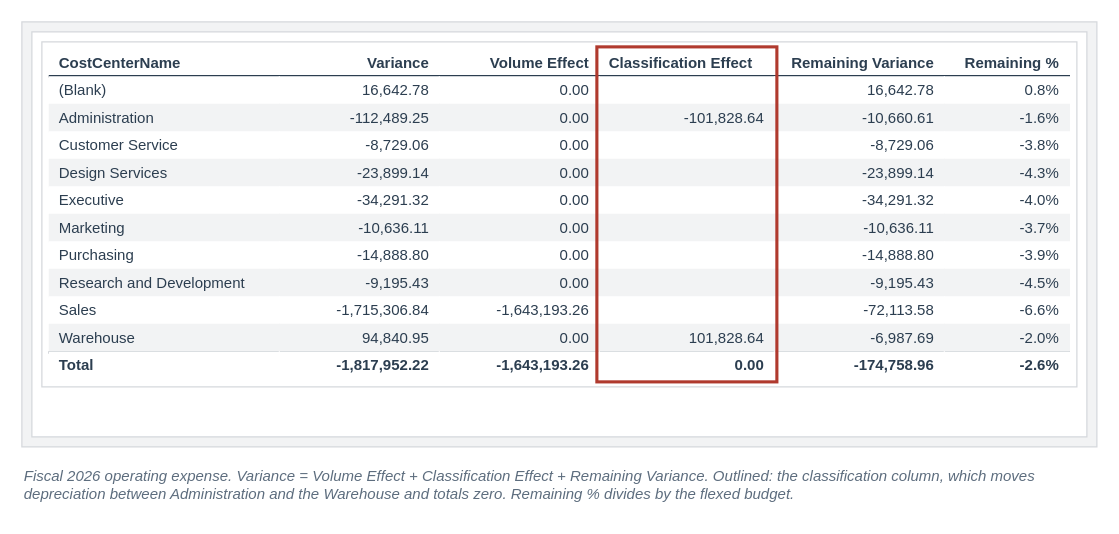
Above: visuals/src/fig-15-09-variance-reconciliation.drawio in mmcodesso/Accounting_Analytics_Book (draw.io), before the change. Source tidied: cells renumbered, new cells numbered last; positions are measured from the earlier drawing's top-left corner, leaving out a move shared by most shapes. Both pictures are drawn from the tidied source at 125%, with x=0, y=0 at pixel (21, 21).
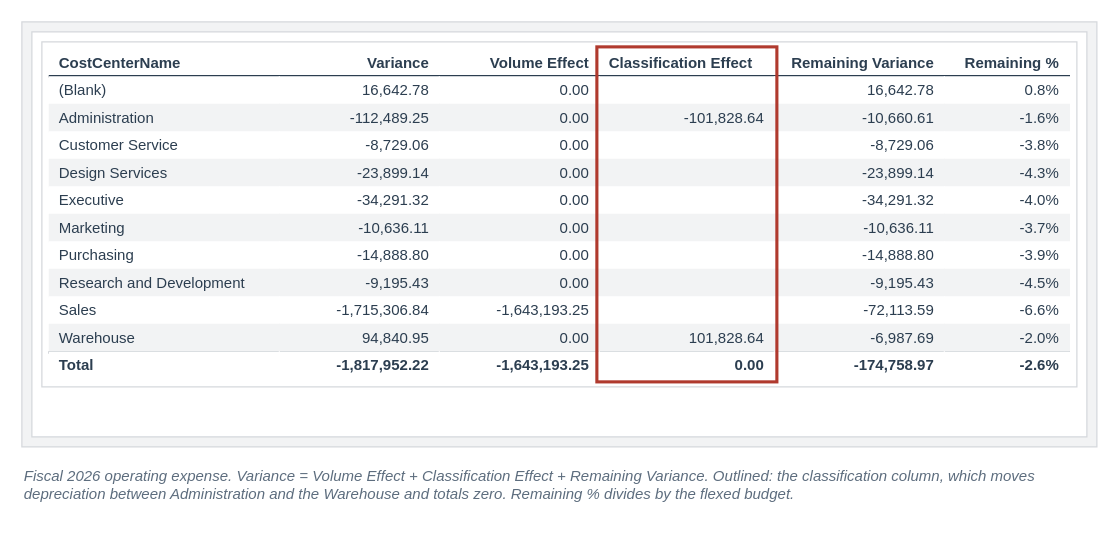
Above is the later version.

Change to the diagram source:
```diff
@@
-    <mxCell id="63" value="-1,643,193.26" style="rounded=0;arcSize=6;whiteSpace=wrap;html=1;fillColor=#FFFFFF;strokeColor=#FFFFFF;strokeWidth=1;fontColor=#2C3E50;fontSize=12;fontStyle=0;align=right;verticalAlign=middle;fontFamily=Helvetica;spacingLeft=6;spacingRight=6;" parent="1" vertex="1">
+    <mxCell id="63" value="-1,643,193.25" style="rounded=0;arcSize=6;whiteSpace=wrap;html=1;fillColor=#FFFFFF;strokeColor=#FFFFFF;strokeWidth=1;fontColor=#2C3E50;fontSize=12;fontStyle=0;align=right;verticalAlign=middle;fontFamily=Helvetica;spacingLeft=6;spacingRight=6;" parent="1" vertex="1">
       <mxGeometry x="334" y="220" width="128" height="22" as="geometry" />
     </mxCell>
@@
-    <mxCell id="65" value="-72,113.58" style="rounded=0;arcSize=6;whiteSpace=wrap;html=1;fillColor=#FFFFFF;strokeColor=#FFFFFF;strokeWidth=1;fontColor=#2C3E50;fontSize=12;fontStyle=0;align=right;verticalAlign=middle;fontFamily=Helvetica;spacingLeft=6;spacingRight=6;" parent="1" vertex="1">
+    <mxCell id="65" value="-72,113.59" style="rounded=0;arcSize=6;whiteSpace=wrap;html=1;fillColor=#FFFFFF;strokeColor=#FFFFFF;strokeWidth=1;fontColor=#2C3E50;fontSize=12;fontStyle=0;align=right;verticalAlign=middle;fontFamily=Helvetica;spacingLeft=6;spacingRight=6;" parent="1" vertex="1">
       <mxGeometry x="602" y="220" width="136" height="22" as="geometry" />
     </mxCell>
@@
-    <mxCell id="76" value="&lt;b&gt;-1,643,193.26&lt;/b&gt;" style="rounded=0;arcSize=6;whiteSpace=wrap;html=1;fillColor=#FFFFFF;strokeColor=#FFFFFF;strokeWidth=1;fontColor=#2C3E50;fontSize=12;fontStyle=0;align=right;verticalAlign=middle;fontFamily=Helvetica;spacingLeft=6;spacingRight=6;" parent="1" vertex="1">
+    <mxCell id="76" value="&lt;b&gt;-1,643,193.25&lt;/b&gt;" style="rounded=0;arcSize=6;whiteSpace=wrap;html=1;fillColor=#FFFFFF;strokeColor=#FFFFFF;strokeWidth=1;fontColor=#2C3E50;fontSize=12;fontStyle=0;align=right;verticalAlign=middle;fontFamily=Helvetica;spacingLeft=6;spacingRight=6;" parent="1" vertex="1">
       <mxGeometry x="334" y="264" width="128" height="22" as="geometry" />
     </mxCell>
@@
-    <mxCell id="78" value="&lt;b&gt;-174,758.96&lt;/b&gt;" style="rounded=0;arcSize=6;whiteSpace=wrap;html=1;fillColor=#FFFFFF;strokeColor=#FFFFFF;strokeWidth=1;fontColor=#2C3E50;fontSize=12;fontStyle=0;align=right;verticalAlign=middle;fontFamily=Helvetica;spacingLeft=6;spacingRight=6;" parent="1" vertex="1">
+    <mxCell id="78" value="&lt;b&gt;-174,758.97&lt;/b&gt;" style="rounded=0;arcSize=6;whiteSpace=wrap;html=1;fillColor=#FFFFFF;strokeColor=#FFFFFF;strokeWidth=1;fontColor=#2C3E50;fontSize=12;fontStyle=0;align=right;verticalAlign=middle;fontFamily=Helvetica;spacingLeft=6;spacingRight=6;" parent="1" vertex="1">
       <mxGeometry x="602" y="264" width="136" height="22" as="geometry" />
     </mxCell>
```
